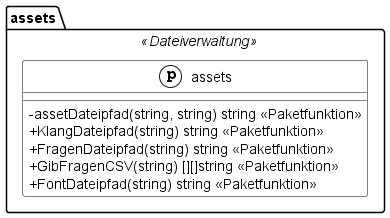
Fussbroich/lwb-SWP keeps this PlantUML diagram as documentation/UML/assets.png. Above is the earlier version.
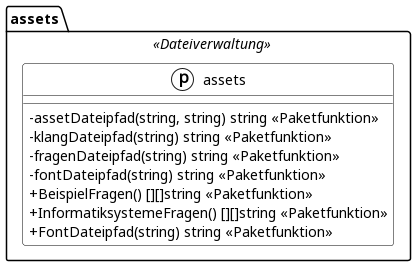
After the commit.

Commit message:
corrected asset docu uml

Diff of the diagram source:
```diff
@@ -9,9 +9,11 @@
     class assets << (p,White) >> {
 
     - assetDateipfad(string, string) string << Paketfunktion >>
-    + KlangDateipfad(string) string << Paketfunktion >>
-    + FragenDateipfad(string) string << Paketfunktion >>
-    + GibFragenCSV(string) [][]string << Paketfunktion >>
+    - klangDateipfad(string) string << Paketfunktion >>
+    - fragenDateipfad(string) string << Paketfunktion >>
+    - fontDateipfad(string) string << Paketfunktion >>
+    + BeispielFragen() [][]string << Paketfunktion >>
+    + InformatiksystemeFragen() [][]string << Paketfunktion >>
     + FontDateipfad(string) string << Paketfunktion >>
     }
 }
```
